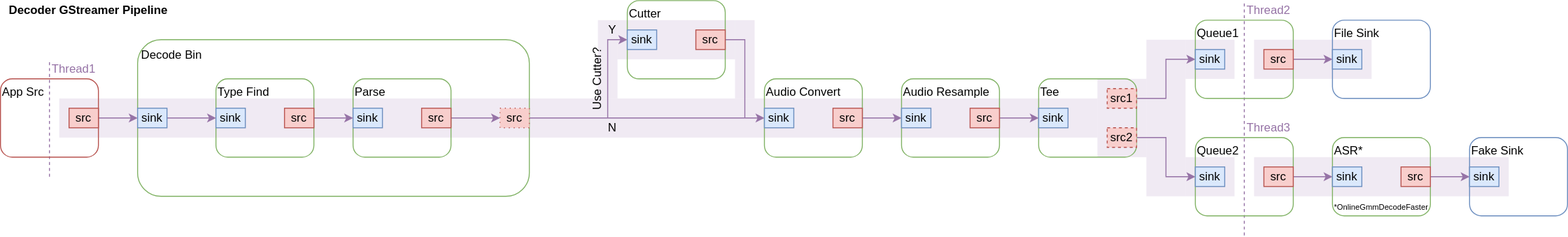
Earlier version of the draw.io export drawio/decoder-gst-pipeline.svg (alkazap/kaldi-gstreamer-server). Source tidied: cells renumbered, new cells last; positions are measured from the earlier drawing's top-left corner, leaving out a move shared by most shapes.
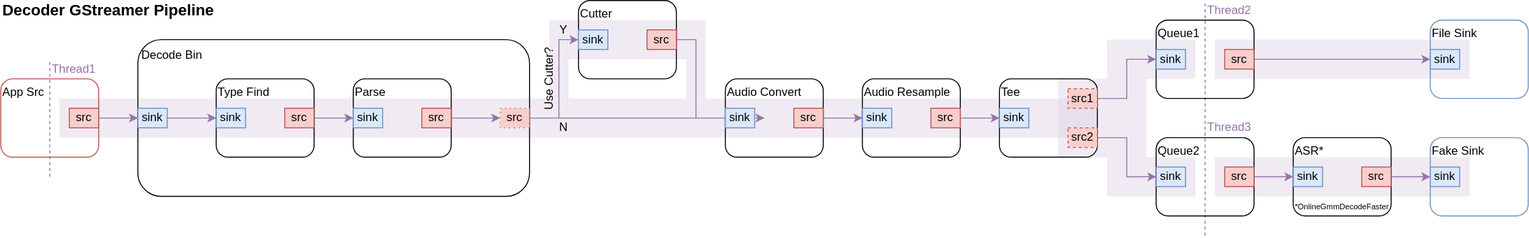
After the commit.

What changed in the source:
```diff
@@ -4,62 +4,95 @@
     <mxCell id="1" value="thread" parent="0" />
-    <mxCell id="2" style="group;" parent="1" vertex="1">
-      <mxGeometry x="50" width="1490" height="240" as="geometry" />
-    </mxCell>
-    <mxCell id="3" style="rounded=0;whiteSpace=wrap;html=1;fillColor=#e1d5e7;strokeColor=none;opacity=50;" parent="2" vertex="1">
-      <mxGeometry x="10" y="100" width="1060" height="40" as="geometry" />
+    <mxCell id="3" style="rounded=0;whiteSpace=wrap;html=1;fillColor=#e1d5e7;strokeColor=none;opacity=50;" parent="1" vertex="1">
+      <mxGeometry x="100" y="100" width="1060" height="40" as="geometry" />
     </mxCell>
-    <mxCell id="4" style="rounded=0;whiteSpace=wrap;html=1;fillColor=#e1d5e7;strokeColor=none;opacity=50;" parent="2" vertex="1">
-      <mxGeometry x="1120" y="40" width="40" height="160" as="geometry" />
+    <mxCell id="4" style="rounded=0;whiteSpace=wrap;html=1;fillColor=#e1d5e7;strokeColor=none;opacity=50;" parent="1" vertex="1">
+      <mxGeometry x="1170" y="40" width="40" height="160" as="geometry" />
     </mxCell>
-    <mxCell id="5" style="rounded=0;whiteSpace=wrap;html=1;fillColor=#e1d5e7;strokeColor=none;opacity=50;" parent="2" vertex="1">
-      <mxGeometry x="560" y="20" width="20" height="80" as="geometry" />
+    <mxCell id="5" style="rounded=0;whiteSpace=wrap;html=1;fillColor=#e1d5e7;strokeColor=none;opacity=50;" parent="1" vertex="1">
+      <mxGeometry x="600" y="20" width="20" height="80" as="geometry" />
     </mxCell>
-    <mxCell id="6" style="rounded=0;whiteSpace=wrap;html=1;fillColor=#e1d5e7;strokeColor=none;opacity=50;" parent="2" vertex="1">
-      <mxGeometry x="1230" y="40" width="120" height="40" as="geometry" />
+    <mxCell id="6" style="rounded=0;whiteSpace=wrap;html=1;fillColor=#e1d5e7;strokeColor=none;opacity=50;" parent="1" vertex="1">
+      <mxGeometry x="1280" y="40" width="260" height="40" as="geometry" />
     </mxCell>
-    <mxCell id="7" style="rounded=0;whiteSpace=wrap;html=1;fillColor=#e1d5e7;strokeColor=none;opacity=50;" parent="2" vertex="1">
-      <mxGeometry x="1230" y="160" width="260" height="40" as="geometry" />
+    <mxCell id="7" style="rounded=0;whiteSpace=wrap;html=1;fillColor=#e1d5e7;strokeColor=none;opacity=50;" parent="1" vertex="1">
+      <mxGeometry x="1280" y="160" width="260" height="40" as="geometry" />
     </mxCell>
-    <mxCell id="8" style="rounded=0;whiteSpace=wrap;html=1;fillColor=#e1d5e7;strokeColor=none;opacity=50;" parent="2" vertex="1">
-      <mxGeometry x="1160" y="40" width="50" height="40" as="geometry" />
+    <mxCell id="8" style="rounded=0;whiteSpace=wrap;html=1;fillColor=#e1d5e7;strokeColor=none;opacity=50;" parent="1" vertex="1">
+      <mxGeometry x="1210" y="40" width="50" height="40" as="geometry" />
     </mxCell>
-    <mxCell id="9" style="rounded=0;whiteSpace=wrap;html=1;fillColor=#e1d5e7;strokeColor=none;opacity=50;" parent="2" vertex="1">
-      <mxGeometry x="1160" y="160" width="50" height="40" as="geometry" />
+    <mxCell id="9" style="rounded=0;whiteSpace=wrap;html=1;fillColor=#e1d5e7;strokeColor=none;opacity=50;" parent="1" vertex="1">
+      <mxGeometry x="1210" y="160" width="50" height="40" as="geometry" />
     </mxCell>
-    <mxCell id="10" style="rounded=0;whiteSpace=wrap;html=1;fillColor=#e1d5e7;strokeColor=none;opacity=50;" parent="2" vertex="1">
-      <mxGeometry x="1070" y="80" width="50" height="80" as="geometry" />
+    <mxCell id="10" style="rounded=0;whiteSpace=wrap;html=1;fillColor=#e1d5e7;strokeColor=none;opacity=50;" parent="1" vertex="1">
+      <mxGeometry x="1120" y="80" width="50" height="80" as="geometry" />
     </mxCell>
-    <mxCell id="11" style="rounded=0;whiteSpace=wrap;html=1;fillColor=#e1d5e7;strokeColor=none;opacity=50;" parent="2" vertex="1">
-      <mxGeometry x="700" y="20" width="20" height="80" as="geometry" />
+    <mxCell id="11" style="rounded=0;whiteSpace=wrap;html=1;fillColor=#e1d5e7;strokeColor=none;opacity=50;" parent="1" vertex="1">
+      <mxGeometry x="740" y="20" width="20" height="80" as="geometry" />
     </mxCell>
-    <mxCell id="12" style="rounded=0;whiteSpace=wrap;html=1;fillColor=#e1d5e7;strokeColor=none;opacity=50;" parent="2" vertex="1">
-      <mxGeometry x="580" y="20" width="120" height="40" as="geometry" />
+    <mxCell id="12" style="rounded=0;whiteSpace=wrap;html=1;fillColor=#e1d5e7;strokeColor=none;opacity=50;" parent="1" vertex="1">
+      <mxGeometry x="620" y="20" width="120" height="40" as="geometry" />
     </mxCell>
-    <mxCell id="13" style="endArrow=none;dashed=1;html=1;fillColor=#e1d5e7;strokeColor=#9673a6;" parent="2" edge="1">
+    <mxCell id="13" style="endArrow=none;dashed=1;html=1;fillColor=#e1d5e7;strokeColor=#9673a6;" parent="1" edge="1">
       <mxGeometry relative="1" as="geometry">
-        <mxPoint x="1220" y="240" as="sourcePoint" />
-        <mxPoint x="1220" as="targetPoint" />
+        <mxPoint x="1270" y="240" as="sourcePoint" />
+        <mxPoint x="1270" as="targetPoint" />
       </mxGeometry>
     </mxCell>
-    <mxCell id="14" style="endArrow=none;dashed=1;html=1;fillColor=#e1d5e7;strokeColor=#9673a6;" parent="2" edge="1">
+    <mxCell id="14" style="endArrow=none;dashed=1;html=1;fillColor=#e1d5e7;strokeColor=#9673a6;" parent="1" edge="1">
       <mxGeometry relative="1" as="geometry">
-        <mxPoint y="180" as="sourcePoint" />
-        <mxPoint y="60" as="targetPoint" />
+        <mxPoint x="90" y="180" as="sourcePoint" />
+        <mxPoint x="90" y="60" as="targetPoint" />
       </mxGeometry>
     </mxCell>
-    <mxCell id="15" value="&lt;font&gt;Thread1&lt;/font&gt;" style="text;html=1;strokeColor=none;fillColor=none;align=center;verticalAlign=middle;whiteSpace=wrap;rounded=0;fontColor=#9673A6;" parent="2" vertex="1">
-      <mxGeometry y="60" width="50" height="20" as="geometry" />
+    <mxCell id="15" value="&lt;font&gt;Thread1&lt;/font&gt;" style="text;html=1;strokeColor=none;fillColor=none;align=center;verticalAlign=middle;whiteSpace=wrap;rounded=0;fontColor=#9673A6;" parent="1" vertex="1">
+      <mxGeometry x="90" y="60" width="50" height="20" as="geometry" />
     </mxCell>
-    <mxCell id="16" value="&lt;font&gt;Thread3&lt;/font&gt;" style="text;html=1;strokeColor=none;fillColor=none;align=center;verticalAlign=middle;whiteSpace=wrap;rounded=0;fontColor=#9673A6;" parent="2" vertex="1">
-      <mxGeometry x="1220" y="120" width="50" height="20" as="geometry" />
+    <mxCell id="16" value="&lt;font&gt;Thread3&lt;/font&gt;" style="text;html=1;strokeColor=none;fillColor=none;align=center;verticalAlign=middle;whiteSpace=wrap;rounded=0;fontColor=#9673A6;" parent="1" vertex="1">
+      <mxGeometry x="1270" y="120" width="50" height="20" as="geometry" />
     </mxCell>
-    <mxCell id="17" value="&lt;font&gt;Thread2&lt;/font&gt;" style="text;html=1;strokeColor=none;fillColor=none;align=center;verticalAlign=middle;whiteSpace=wrap;rounded=0;fontColor=#9673A6;" parent="2" vertex="1">
-      <mxGeometry x="1220" width="50" height="20" as="geometry" />
+    <mxCell id="17" value="&lt;font&gt;Thread2&lt;/font&gt;" style="text;html=1;strokeColor=none;fillColor=none;align=center;verticalAlign=middle;whiteSpace=wrap;rounded=0;fontColor=#9673A6;" parent="1" vertex="1">
+      <mxGeometry x="1270" width="50" height="20" as="geometry" />
     </mxCell>
+    <mxCell id="47" style="edgeStyle=orthogonalEdgeStyle;rounded=0;orthogonalLoop=1;jettySize=auto;html=1;exitX=1;exitY=0.5;exitDx=0;exitDy=0;endArrow=none;endFill=0;fillColor=#e1d5e7;strokeColor=#9673a6;" parent="1" edge="1">
+      <mxGeometry relative="1" as="geometry">
+        <mxPoint x="730" y="40" as="sourcePoint" />
+        <mxPoint x="750" y="120" as="targetPoint" />
+        <Array as="points">
+          <mxPoint x="750" y="40" />
+        </Array>
+      </mxGeometry>
+    </mxCell>
+    <mxCell id="46" style="edgeStyle=orthogonalEdgeStyle;rounded=0;orthogonalLoop=1;jettySize=auto;html=1;entryX=0;entryY=0.5;entryDx=0;entryDy=0;fillColor=#e1d5e7;strokeColor=#9673a6;" parent="1" edge="1">
+      <mxGeometry relative="1" as="geometry">
+        <mxPoint x="610" y="120" as="sourcePoint" />
+        <mxPoint x="630" y="40" as="targetPoint" />
+        <Array as="points">
+          <mxPoint x="610" y="40" />
+        </Array>
+      </mxGeometry>
+    </mxCell>
+    <mxCell id="24" value="Use Cutter?" style="text;html=1;strokeColor=none;fillColor=none;align=center;verticalAlign=middle;whiteSpace=wrap;rounded=0;rotation=-90;" parent="1" vertex="1">
+      <mxGeometry x="560" y="70" width="80" height="20" as="geometry" />
+    </mxCell>
+    <mxCell id="32" value="&lt;span style=&quot;white-space: normal&quot;&gt;Cutter&lt;/span&gt;" style="rounded=1;whiteSpace=wrap;html=1;align=left;verticalAlign=top;fillColor=none;" parent="1" vertex="1">
+      <mxGeometry x="630" width="100" height="80" as="geometry" />
+    </mxCell>
+    <mxCell id="59" value="src" style="rounded=0;whiteSpace=wrap;html=1;fillColor=#f8cecc;strokeColor=#b85450;" parent="1" vertex="1">
+      <mxGeometry x="700" y="30" width="30" height="20" as="geometry" />
+    </mxCell>
+    <mxCell id="60" value="sink" style="rounded=0;whiteSpace=wrap;html=1;fillColor=#dae8fc;strokeColor=#6c8ebf;" parent="1" vertex="1">
+      <mxGeometry x="630" y="30" width="30" height="20" as="geometry" />
+    </mxCell>
+    <mxCell id="23" value="N" style="text;html=1;strokeColor=none;fillColor=none;align=center;verticalAlign=middle;whiteSpace=wrap;rounded=0;" parent="1" vertex="1">
+      <mxGeometry x="610" y="120" width="10" height="20" as="geometry" />
+    </mxCell>
+    <mxCell id="22" value="Y" style="text;html=1;strokeColor=none;fillColor=none;align=center;verticalAlign=middle;whiteSpace=wrap;rounded=0;" parent="1" vertex="1">
+      <mxGeometry x="610" y="20" width="10" height="20" as="geometry" />
+    </mxCell>
     <mxCell id="18" value="elements" parent="0" />
-    <mxCell id="19" value="&lt;span style=&quot;white-space: normal&quot;&gt;Decode Bin&lt;/span&gt;" style="rounded=1;whiteSpace=wrap;html=1;align=left;verticalAlign=top;fillColor=none;spacing=4;strokeColor=#82b366;" parent="18" vertex="1">
-      <mxGeometry x="140" y="40" width="400" height="160" as="geometry" />
+    <mxCell id="19" value="&lt;span style=&quot;white-space: normal&quot;&gt;Decode Bin&lt;/span&gt;" style="rounded=1;whiteSpace=wrap;html=1;align=left;verticalAlign=top;spacing=4;fillColor=none;" parent="18" vertex="1">
+      <mxGeometry x="180" y="40" width="400" height="160" as="geometry" />
     </mxCell>
-    <mxCell id="20" value="Decoder GStreamer Pipeline" style="text;html=1;strokeColor=none;fillColor=none;align=center;verticalAlign=middle;whiteSpace=wrap;rounded=0;opacity=30;fontStyle=1;" parent="18" vertex="1">
-      <mxGeometry width="180" height="20" as="geometry" />
+    <mxCell id="20" value="Decoder GStreamer Pipeline" style="text;html=1;strokeColor=none;fillColor=none;align=center;verticalAlign=middle;whiteSpace=wrap;rounded=0;opacity=30;fontStyle=1;fontSize=16;" parent="18" vertex="1">
+      <mxGeometry x="40" width="220" height="20" as="geometry" />
     </mxCell>
@@ -68,14 +101,5 @@
     </mxCell>
-    <mxCell id="22" value="Y" style="text;html=1;strokeColor=none;fillColor=none;align=center;verticalAlign=middle;whiteSpace=wrap;rounded=0;" parent="18" vertex="1">
-      <mxGeometry x="620" y="20" width="10" height="20" as="geometry" />
-    </mxCell>
-    <mxCell id="23" value="N" style="text;html=1;strokeColor=none;fillColor=none;align=center;verticalAlign=middle;whiteSpace=wrap;rounded=0;" parent="18" vertex="1">
-      <mxGeometry x="620" y="120" width="10" height="20" as="geometry" />
-    </mxCell>
-    <mxCell id="24" value="Use Cutter?" style="text;html=1;strokeColor=none;fillColor=none;align=center;verticalAlign=middle;whiteSpace=wrap;rounded=0;rotation=-90;" parent="18" vertex="1">
-      <mxGeometry x="570" y="70" width="80" height="20" as="geometry" />
-    </mxCell>
     <mxCell id="25" style="edgeStyle=orthogonalEdgeStyle;rounded=0;jettySize=auto;html=1;exitX=1;exitY=0.5;exitDx=0;exitDy=0;entryX=0;entryY=0.5;entryDx=0;entryDy=0;fillColor=#e1d5e7;strokeColor=#9673a6;" parent="18" edge="1" target="19">
       <mxGeometry relative="1" as="geometry">
-        <mxPoint x="100" y="120" as="sourcePoint" />
+        <mxPoint x="140" y="120" as="sourcePoint" />
       </mxGeometry>
@@ -84,10 +108,10 @@
       <mxGeometry relative="1" as="geometry">
-        <mxPoint x="780" y="120" as="targetPoint" />
+        <mxPoint x="820" y="120" as="targetPoint" />
       </mxGeometry>
     </mxCell>
-    <mxCell id="27" value="&lt;span style=&quot;white-space: normal&quot;&gt;Parse&lt;/span&gt;" style="rounded=1;whiteSpace=wrap;html=1;align=left;verticalAlign=top;fillColor=none;strokeColor=#82b366;" parent="18" vertex="1">
-      <mxGeometry x="360" y="80" width="100" height="80" as="geometry" />
+    <mxCell id="27" value="&lt;span style=&quot;white-space: normal&quot;&gt;Parse&lt;/span&gt;" style="rounded=1;whiteSpace=wrap;html=1;align=left;verticalAlign=top;fillColor=none;" parent="18" vertex="1">
+      <mxGeometry x="400" y="80" width="100" height="80" as="geometry" />
     </mxCell>
-    <mxCell id="28" value="&lt;span style=&quot;white-space: normal&quot;&gt;Type Find&lt;/span&gt;" style="rounded=1;whiteSpace=wrap;html=1;align=left;verticalAlign=top;fillColor=none;strokeColor=#82b366;" parent="18" vertex="1">
-      <mxGeometry x="220" y="80" width="100" height="80" as="geometry" />
+    <mxCell id="28" value="&lt;span style=&quot;white-space: normal&quot;&gt;Type Find&lt;/span&gt;" style="rounded=1;whiteSpace=wrap;html=1;align=left;verticalAlign=top;fillColor=none;" parent="18" vertex="1">
+      <mxGeometry x="260" y="80" width="100" height="80" as="geometry" />
     </mxCell>
@@ -99,8 +123,5 @@
     </mxCell>
-    <mxCell id="31" value="Tee" style="rounded=1;whiteSpace=wrap;html=1;align=left;verticalAlign=top;fillColor=none;strokeColor=#82b366;" parent="18" vertex="1">
+    <mxCell id="31" value="Tee" style="rounded=1;whiteSpace=wrap;html=1;align=left;verticalAlign=top;fillColor=none;" parent="18" vertex="1">
       <mxGeometry x="1060" y="80" width="100" height="80" as="geometry" />
     </mxCell>
-    <mxCell id="32" value="&lt;span style=&quot;white-space: normal&quot;&gt;Cutter&lt;/span&gt;" style="rounded=1;whiteSpace=wrap;html=1;align=left;verticalAlign=top;fillColor=none;strokeColor=#82b366;" parent="18" vertex="1">
-      <mxGeometry x="640" width="100" height="80" as="geometry" />
-    </mxCell>
     <mxCell id="33" value="Fake Sink" style="rounded=1;whiteSpace=wrap;html=1;align=left;verticalAlign=top;fillColor=none;strokeColor=#6c8ebf;" parent="18" vertex="1">
@@ -109,3 +130,3 @@
     <mxCell id="34" value="&lt;span style=&quot;white-space: normal&quot;&gt;App Src&lt;/span&gt;" style="rounded=1;whiteSpace=wrap;html=1;align=left;verticalAlign=top;fillColor=none;strokeColor=#b85450;" parent="18" vertex="1">
-      <mxGeometry y="80" width="100" height="80" as="geometry" />
+      <mxGeometry x="40" y="80" width="100" height="80" as="geometry" />
     </mxCell>
@@ -114,3 +135,3 @@
     </mxCell>
-    <mxCell id="36" value="Audio Convert" style="rounded=1;whiteSpace=wrap;html=1;align=left;verticalAlign=top;fillColor=none;strokeColor=#82b366;" parent="18" vertex="1">
+    <mxCell id="36" value="Audio Convert" style="rounded=1;whiteSpace=wrap;html=1;align=left;verticalAlign=top;fillColor=none;" parent="18" vertex="1">
       <mxGeometry x="780" y="80" width="100" height="80" as="geometry" />
@@ -120,3 +141,3 @@
     </mxCell>
-    <mxCell id="38" value="Audio Resample" style="rounded=1;whiteSpace=wrap;html=1;align=left;verticalAlign=top;fillColor=none;strokeColor=#82b366;" parent="18" vertex="1">
+    <mxCell id="38" value="Audio Resample" style="rounded=1;whiteSpace=wrap;html=1;align=left;verticalAlign=top;fillColor=none;" parent="18" vertex="1">
       <mxGeometry x="920" y="80" width="100" height="80" as="geometry" />
@@ -126,3 +147,3 @@
     </mxCell>
-    <mxCell id="40" value="Queue1" style="rounded=1;whiteSpace=wrap;html=1;align=left;verticalAlign=top;fillColor=none;strokeColor=#82b366;" parent="18" vertex="1">
+    <mxCell id="40" value="Queue1" style="rounded=1;whiteSpace=wrap;html=1;align=left;verticalAlign=top;fillColor=none;" parent="18" vertex="1">
       <mxGeometry x="1220" y="20" width="100" height="80" as="geometry" />
@@ -132,3 +153,3 @@
     </mxCell>
-    <mxCell id="42" value="Queue2" style="rounded=1;whiteSpace=wrap;html=1;align=left;verticalAlign=top;fillColor=none;strokeColor=#82b366;" parent="18" vertex="1">
+    <mxCell id="42" value="Queue2" style="rounded=1;whiteSpace=wrap;html=1;align=left;verticalAlign=top;fillColor=none;" parent="18" vertex="1">
       <mxGeometry x="1220" y="140" width="100" height="80" as="geometry" />
@@ -136,3 +157,3 @@
     <mxCell id="43" value="File Sink" style="rounded=1;whiteSpace=wrap;html=1;align=left;verticalAlign=top;fillColor=none;strokeColor=#6c8ebf;" parent="18" vertex="1">
-      <mxGeometry x="1360" y="20" width="100" height="80" as="geometry" />
+      <mxGeometry x="1500" y="20" width="100" height="80" as="geometry" />
     </mxCell>
@@ -141,26 +162,8 @@
     </mxCell>
-    <mxCell id="45" value="ASR*" style="rounded=1;whiteSpace=wrap;html=1;align=left;verticalAlign=top;fillColor=none;strokeColor=#82b366;" parent="18" vertex="1">
+    <mxCell id="45" value="ASR*" style="rounded=1;whiteSpace=wrap;html=1;align=left;verticalAlign=top;fillColor=none;" parent="18" vertex="1">
       <mxGeometry x="1360" y="140" width="100" height="80" as="geometry" />
     </mxCell>
-    <mxCell id="46" style="edgeStyle=orthogonalEdgeStyle;rounded=0;orthogonalLoop=1;jettySize=auto;html=1;entryX=0;entryY=0.5;entryDx=0;entryDy=0;fillColor=#e1d5e7;strokeColor=#9673a6;" parent="18" edge="1">
-      <mxGeometry relative="1" as="geometry">
-        <mxPoint x="620" y="120" as="sourcePoint" />
-        <mxPoint x="640" y="40" as="targetPoint" />
-        <Array as="points">
-          <mxPoint x="620" y="40" />
-        </Array>
-      </mxGeometry>
-    </mxCell>
-    <mxCell id="47" style="edgeStyle=orthogonalEdgeStyle;rounded=0;orthogonalLoop=1;jettySize=auto;html=1;exitX=1;exitY=0.5;exitDx=0;exitDy=0;endArrow=none;endFill=0;fillColor=#e1d5e7;strokeColor=#9673a6;" parent="18" edge="1">
-      <mxGeometry relative="1" as="geometry">
-        <mxPoint x="740" y="40" as="sourcePoint" />
-        <mxPoint x="760" y="120" as="targetPoint" />
-        <Array as="points">
-          <mxPoint x="760" y="40" />
-        </Array>
-      </mxGeometry>
-    </mxCell>
     <mxCell id="48" style="edgeStyle=orthogonalEdgeStyle;rounded=0;orthogonalLoop=1;jettySize=auto;html=1;exitX=1;exitY=0.5;exitDx=0;exitDy=0;entryX=0;entryY=0.5;entryDx=0;entryDy=0;endArrow=classic;endFill=1;fillColor=#e1d5e7;strokeColor=#9673a6;" parent="18" edge="1">
       <mxGeometry relative="1" as="geometry">
-        <mxPoint x="1020" y="120" as="sourcePoint" />
+        <mxPoint x="1060" y="120" as="sourcePoint" />
       </mxGeometry>
@@ -169,6 +172,6 @@
       <mxGeometry relative="1" as="geometry">
-        <mxPoint x="1160" y="100" as="sourcePoint" />
+        <mxPoint x="1200" y="100" as="sourcePoint" />
         <Array as="points">
-          <mxPoint x="1190" y="100" />
-          <mxPoint x="1190" y="60" />
+          <mxPoint x="1230" y="100" />
+          <mxPoint x="1230" y="60" />
         </Array>
@@ -178,6 +181,6 @@
       <mxGeometry relative="1" as="geometry">
-        <mxPoint x="1220" y="180" as="targetPoint" />
+        <mxPoint x="1260" y="180" as="targetPoint" />
         <Array as="points">
-          <mxPoint x="1190" y="140" />
-          <mxPoint x="1190" y="180" />
+          <mxPoint x="1230" y="140" />
+          <mxPoint x="1230" y="180" />
         </Array>
@@ -187,3 +190,3 @@
       <mxGeometry relative="1" as="geometry">
-        <mxPoint x="1320" y="60" as="sourcePoint" />
+        <mxPoint x="1360" y="60" as="sourcePoint" />
       </mxGeometry>
@@ -192,3 +195,3 @@
       <mxGeometry relative="1" as="geometry">
-        <mxPoint x="1320" y="180" as="sourcePoint" />
+        <mxPoint x="1360" y="180" as="sourcePoint" />
       </mxGeometry>
@@ -197,3 +200,3 @@
       <mxGeometry relative="1" as="geometry">
-        <mxPoint x="1460" y="180" as="sourcePoint" />
+        <mxPoint x="1500" y="180" as="sourcePoint" />
       </mxGeometry>
@@ -202,3 +205,3 @@
     <mxCell id="55" value="src" style="rounded=0;whiteSpace=wrap;html=1;fillColor=#f8cecc;strokeColor=#b85450;" parent="54" vertex="1">
-      <mxGeometry x="70" y="110" width="30" height="20" as="geometry" />
+      <mxGeometry x="110" y="110" width="30" height="20" as="geometry" />
     </mxCell>
@@ -208,13 +211,7 @@
     <mxCell id="57" value="src" style="rounded=0;whiteSpace=wrap;html=1;fillColor=#f8cecc;strokeColor=#b85450;" parent="54" vertex="1">
-      <mxGeometry x="430" y="110" width="30" height="20" as="geometry" />
+      <mxGeometry x="470" y="110" width="30" height="20" as="geometry" />
     </mxCell>
     <mxCell id="58" value="sink" style="rounded=0;whiteSpace=wrap;html=1;fillColor=#dae8fc;strokeColor=#6c8ebf;" parent="54" vertex="1">
-      <mxGeometry x="360" y="110" width="30" height="20" as="geometry" />
+      <mxGeometry x="400" y="110" width="30" height="20" as="geometry" />
     </mxCell>
-    <mxCell id="59" value="src" style="rounded=0;whiteSpace=wrap;html=1;fillColor=#f8cecc;strokeColor=#b85450;" parent="54" vertex="1">
-      <mxGeometry x="710" y="30" width="30" height="20" as="geometry" />
-    </mxCell>
-    <mxCell id="60" value="sink" style="rounded=0;whiteSpace=wrap;html=1;fillColor=#dae8fc;strokeColor=#6c8ebf;" parent="54" vertex="1">
-      <mxGeometry x="640" y="30" width="30" height="20" as="geometry" />
-    </mxCell>
     <mxCell id="61" value="src" style="rounded=0;whiteSpace=wrap;html=1;fillColor=#f8cecc;strokeColor=#b85450;" parent="54" vertex="1">
@@ -250,3 +247,3 @@
     <mxCell id="71" value="sink" style="rounded=0;whiteSpace=wrap;html=1;fillColor=#dae8fc;strokeColor=#6c8ebf;" parent="54" vertex="1">
-      <mxGeometry x="1360" y="50" width="30" height="20" as="geometry" />
+      <mxGeometry x="1500" y="50" width="30" height="20" as="geometry" />
     </mxCell>
@@ -268,6 +265,6 @@
     <mxCell id="77" value="src" style="rounded=0;whiteSpace=wrap;html=1;fillColor=#f8cecc;strokeColor=#b85450;" parent="54" vertex="1">
-      <mxGeometry x="290" y="110" width="30" height="20" as="geometry" />
+      <mxGeometry x="330" y="110" width="30" height="20" as="geometry" />
     </mxCell>
     <mxCell id="78" value="sink" style="rounded=0;whiteSpace=wrap;html=1;fillColor=#dae8fc;strokeColor=#6c8ebf;" parent="54" vertex="1">
-      <mxGeometry x="220" y="110" width="30" height="20" as="geometry" />
+      <mxGeometry x="260" y="110" width="30" height="20" as="geometry" />
     </mxCell>
@@ -277,6 +274,6 @@
     <mxCell id="80" value="sink" style="rounded=0;whiteSpace=wrap;html=1;fillColor=#dae8fc;strokeColor=#6c8ebf;" parent="54" vertex="1">
-      <mxGeometry x="140" y="110" width="30" height="20" as="geometry" />
+      <mxGeometry x="180" y="110" width="30" height="20" as="geometry" />
     </mxCell>
     <mxCell id="81" value="src" style="rounded=0;whiteSpace=wrap;html=1;fillColor=#f8cecc;strokeColor=#b85450;dashed=1;dashPattern=1 4;" parent="54" vertex="1">
-      <mxGeometry x="510" y="110" width="30" height="20" as="geometry" />
+      <mxGeometry x="550" y="110" width="30" height="20" as="geometry" />
     </mxCell>
```
